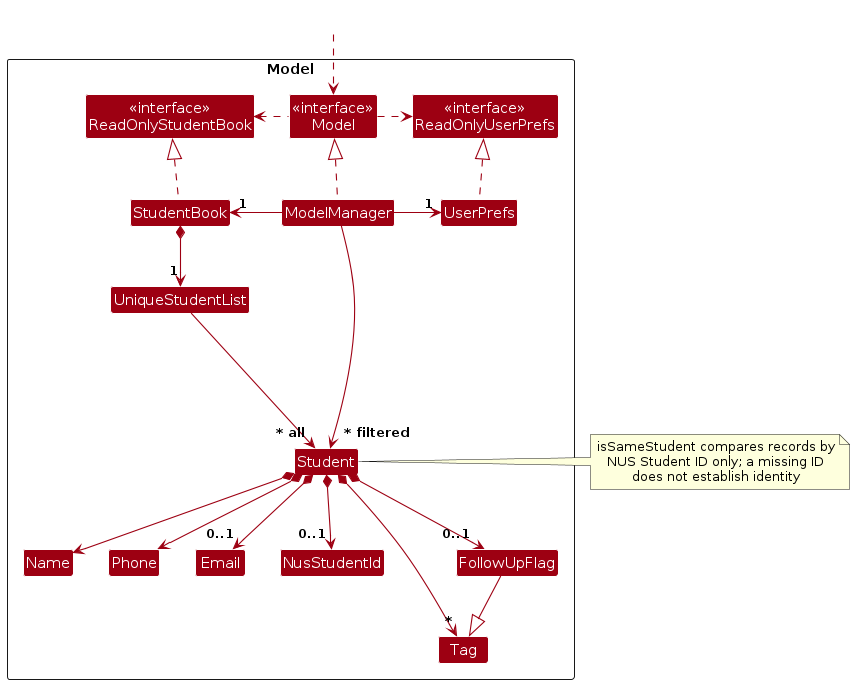
Earlier version of the PlantUML export diagrams/ModelClassDiagram.png (AY2627S1-CS2103T-T16-1/tp). Its source is kept beside it as diagrams/ModelClassDiagram.puml.
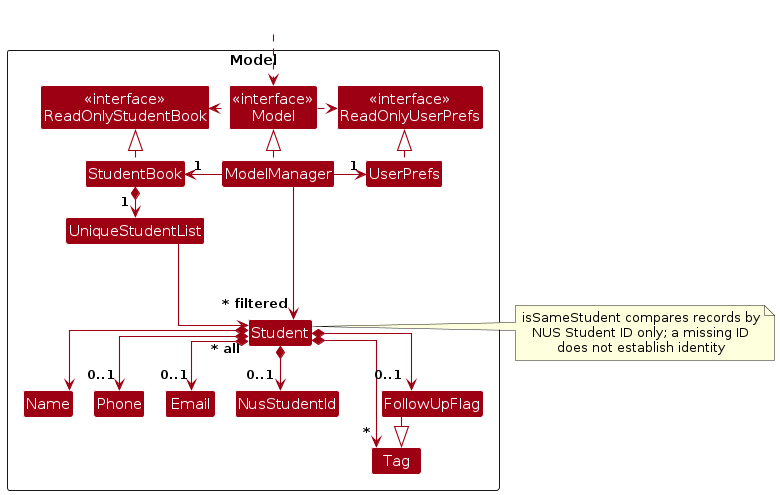
After the change.

Change to the diagram source:
```diff
@@ -1,5 +1,8 @@
 @startuml
 !include style.puml
+skinparam linetype ortho
+skinparam nodesep 20
+skinparam ranksep 30
 skinparam arrowThickness 1.1
 skinparam arrowColor MODEL_COLOR
 skinparam classBackgroundColor MODEL_COLOR
@@ -36,14 +39,14 @@
 ModelManager -right-> "1" UserPrefs
 UserPrefs .up.|> ReadOnlyUserPrefs
 
-StudentBook *--> "1" UniqueStudentList
-UniqueStudentList --> "~* all" Student
+StudentBook *--> "\n1" UniqueStudentList
+UniqueStudentList --> "\n~* all" Student
 Student *--> Name
-Student *--> Phone
-Student *--> "0..1" Email
-Student *--> "0..1" NusStudentId
-Student *--> "*" Tag
-Student *--> "0..1" FollowUpFlag
+Student *--> "\n0..1" Phone
+Student *--> "\n0..1" Email
+Student *--> "\n0..1" NusStudentId
+Student *--> "\n*" Tag
+Student *--> "\n0..1" FollowUpFlag
 FollowUpFlag --|> Tag
 
 note right of Student
@@ -59,5 +62,5 @@
 Phone -[hidden]right-> Email
 Email -[hidden]right-> NusStudentId
 
-ModelManager --> "~* filtered" Student
+ModelManager --> "\n~* filtered" Student
 @enduml
```
